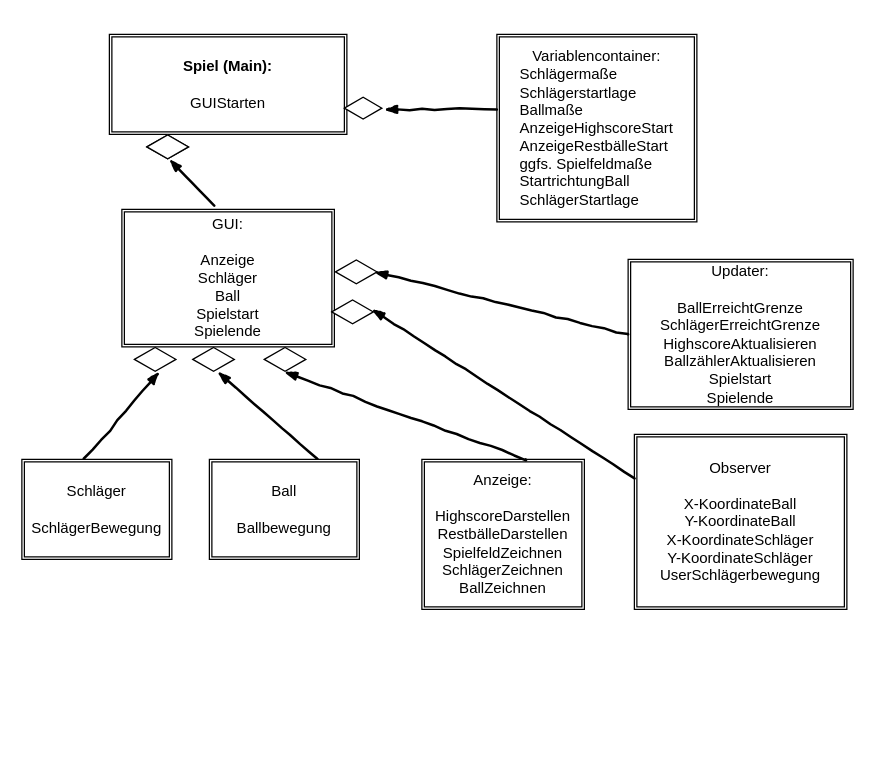
Before: res/Klassendiagramm.drawio in martin243/Capstone_Quintett_Infernale, a draw.io diagram. Source tidied: cells renumbered, new cells numbered last; positions are measured from the earlier drawing's top-left corner, leaving out a move shared by most shapes. Both pictures are drawn from the tidied source at 125%, with x=0, y=0 at pixel (21, 34).
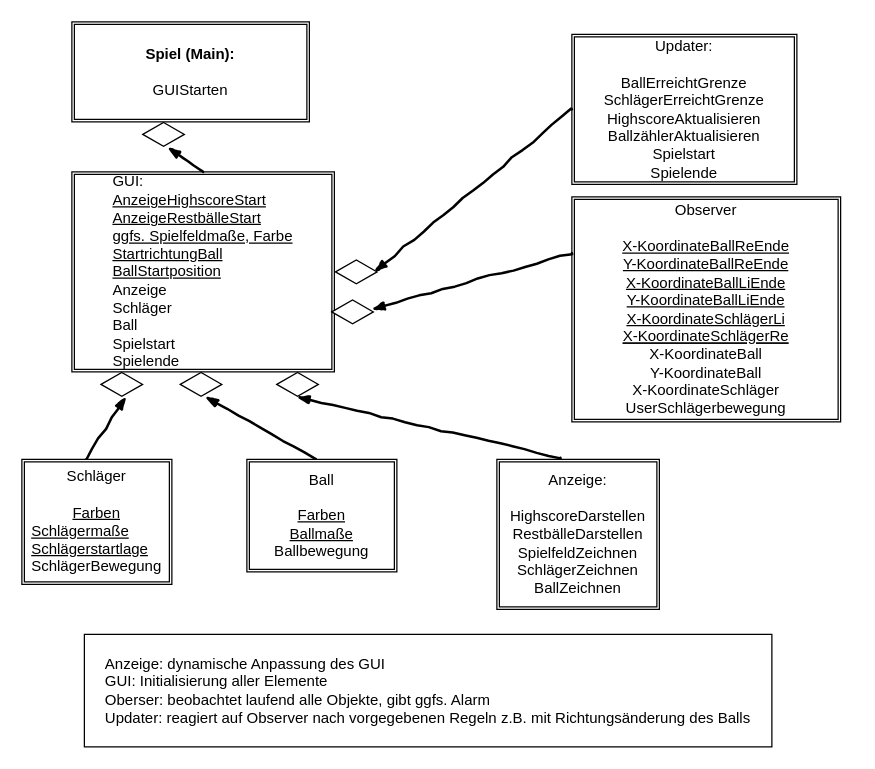
Above is the later version.

Commit message (it also covers changes not shown here):
UML per group actualised

Unchanged cells that the change refers to:
```xml
<mxCell id="18" style="html=1;whiteSpace=wrap;shape=isoRectangle;" parent="16" vertex="1">
  <mxGeometry x="13.9" width="33.3" height="20" as="geometry" />
</mxCell>
```

Change to the diagram source:
```diff
@@
     <mxCell id="2" value="&lt;div&gt;&lt;b&gt;Spiel (Main):&lt;/b&gt;&lt;/div&gt;&lt;div&gt;&lt;b&gt;&lt;br&gt;&lt;/b&gt;&lt;/div&gt;&lt;div&gt;GUIStarten&lt;br&gt;&lt;/div&gt;" style="shape=ext;double=1;rounded=0;whiteSpace=wrap;html=1;" parent="1" vertex="1">
-      <mxGeometry x="70" width="190" height="80" as="geometry" />
+      <mxGeometry x="40" y="-10" width="190" height="80" as="geometry" />
     </mxCell>
     <mxCell id="3" style="html=1;whiteSpace=wrap;shape=isoRectangle;" parent="1" vertex="1">
-      <mxGeometry x="100" y="80" width="33.3" height="20" as="geometry" />
+      <mxGeometry x="96.7" y="70" width="33.3" height="20" as="geometry" />
     </mxCell>
-    <mxCell id="4" value="&lt;div&gt;GUI:&lt;/div&gt;&lt;div&gt;&lt;br&gt;&lt;/div&gt;&lt;div&gt;Anzeige&lt;/div&gt;&lt;div&gt;Schläger&lt;/div&gt;&lt;div&gt;Ball&lt;/div&gt;&lt;div&gt;Spielstart&lt;/div&gt;&lt;div&gt;Spielende&lt;br&gt;&lt;/div&gt;" style="shape=ext;double=1;rounded=0;whiteSpace=wrap;html=1;" parent="1" vertex="1">
-      <mxGeometry x="80" y="140" width="170" height="110" as="geometry" />
+    <mxCell id="4" value="&lt;div align=&quot;left&quot;&gt;GUI:&lt;/div&gt;&lt;div align=&quot;left&quot;&gt;&lt;div&gt;&lt;u&gt;AnzeigeHighscoreStart&lt;/u&gt;&lt;/div&gt;&lt;div&gt;&lt;u&gt;AnzeigeRestbälleStart&lt;/u&gt;&lt;/div&gt;&lt;div&gt;&lt;u&gt;ggfs. Spielfeldmaße, Farbe&lt;br&gt;&lt;/u&gt;&lt;/div&gt;&lt;div&gt;&lt;u&gt;StartrichtungBall&lt;/u&gt;&lt;/div&gt;&lt;u&gt;BallStartposition&lt;/u&gt;&lt;/div&gt;&lt;div align=&quot;left&quot;&gt;Anzeige&lt;/div&gt;&lt;div align=&quot;left&quot;&gt;Schläger&lt;/div&gt;&lt;div align=&quot;left&quot;&gt;Ball&lt;/div&gt;&lt;div align=&quot;left&quot;&gt;Spielstart&lt;/div&gt;&lt;div align=&quot;left&quot;&gt;Spielende&lt;br&gt;&lt;/div&gt;" style="shape=ext;double=1;rounded=0;whiteSpace=wrap;html=1;align=center;" parent="1" vertex="1">
+      <mxGeometry x="40" y="110" width="210" height="160" as="geometry" />
     </mxCell>
-    <mxCell id="5" style="rounded=0;comic=1;strokeWidth=2;endArrow=blockThin;html=1;fontFamily=Comic Sans MS;fontStyle=1;exitX=0.435;exitY=-0.027;exitDx=0;exitDy=0;exitPerimeter=0;" parent="1" edge="1" source="4">
+    <mxCell id="5" style="rounded=0;comic=1;strokeWidth=2;endArrow=blockThin;html=1;fontFamily=Comic Sans MS;fontStyle=1;entryX=0.6;entryY=1.017;entryDx=0;entryDy=0;entryPerimeter=0;" parent="1" edge="1" target="3">
       <mxGeometry relative="1" as="geometry">
-        <mxPoint x="118" y="100" as="targetPoint" />
+        <mxPoint x="145" y="110" as="sourcePoint" />
       </mxGeometry>
     </mxCell>
-    <mxCell id="6" style="html=1;whiteSpace=wrap;shape=isoRectangle;" parent="1" vertex="1">
-      <mxGeometry x="100" y="80" width="33.3" height="20" as="geometry" />
-    </mxCell>
     <mxCell id="7" style="group;" parent="1" vertex="1">
-      <mxGeometry x="50" y="250" width="73.3" height="90" as="geometry" />
+      <mxGeometry x="23.3" y="270" width="73.3" height="90" as="geometry" />
     </mxCell>
-    <mxCell id="8" style="rounded=0;comic=1;strokeWidth=2;endArrow=blockThin;html=1;fontFamily=Comic Sans MS;fontStyle=1;" parent="7" edge="1">
+    <mxCell id="8" style="rounded=0;comic=1;strokeWidth=2;endArrow=blockThin;html=1;fontFamily=Comic Sans MS;fontStyle=1;exitX=0.424;exitY=0.004;exitDx=0;exitDy=0;exitPerimeter=0;" parent="7" edge="1" source="15">
       <mxGeometry relative="1" as="geometry">
-        <mxPoint y="90" as="sourcePoint" />
         <mxPoint x="60" y="20" as="targetPoint" />
       </mxGeometry>
     </mxCell>
@@
     <mxCell id="10" style="group;" parent="1" vertex="1">
-      <mxGeometry x="130" y="250" width="73.3" height="90" as="geometry" />
+      <mxGeometry x="120" y="270" width="73.3" height="90" as="geometry" />
     </mxCell>
-    <mxCell id="11" style="rounded=0;comic=1;strokeWidth=2;endArrow=blockThin;html=1;fontFamily=Comic Sans MS;fontStyle=1;" parent="10" edge="1">
+    <mxCell id="11" style="rounded=0;comic=1;strokeWidth=2;endArrow=blockThin;html=1;fontFamily=Comic Sans MS;fontStyle=1;exitX=0.458;exitY=-0.006;exitDx=0;exitDy=0;exitPerimeter=0;" parent="10" edge="1" source="14">
       <mxGeometry relative="1" as="geometry">
-        <mxPoint x="106.7" y="90" as="sourcePoint" />
         <mxPoint x="26.7" y="20" as="targetPoint" />
       </mxGeometry>
     </mxCell>
@@
     <mxCell id="13" value="&lt;div&gt;Anzeige:&lt;/div&gt;&lt;div&gt;&lt;br&gt;&lt;/div&gt;&lt;div&gt;HighscoreDarstellen&lt;br&gt;&lt;/div&gt;&lt;div&gt;RestbälleDarstellen&lt;br&gt;&lt;/div&gt;&lt;div&gt;SpielfeldZeichnen&lt;/div&gt;&lt;div&gt;SchlägerZeichnen&lt;/div&gt;&lt;div&gt;BallZeichnen&lt;br&gt;&lt;/div&gt;" style="shape=ext;double=1;rounded=0;whiteSpace=wrap;html=1;" parent="1" vertex="1">
-      <mxGeometry x="320" y="340" width="130" height="120" as="geometry" />
+      <mxGeometry x="380" y="340" width="130" height="120" as="geometry" />
     </mxCell>
-    <mxCell id="14" value="&lt;div&gt;Ball&lt;/div&gt;&lt;div&gt;&lt;br&gt;&lt;/div&gt;&lt;div&gt;Ballbewegung&lt;br&gt;&lt;/div&gt;" style="shape=ext;double=1;rounded=0;whiteSpace=wrap;html=1;" parent="1" vertex="1">
-      <mxGeometry x="150" y="340" width="120" height="80" as="geometry" />
-    </mxCell>
-    <mxCell id="15" value="&lt;div&gt;Schläger&lt;/div&gt;&lt;div&gt;&lt;br&gt;&lt;/div&gt;&lt;div&gt;SchlägerBewegung&lt;br&gt;&lt;/div&gt;" style="shape=ext;double=1;rounded=0;whiteSpace=wrap;html=1;" parent="1" vertex="1">
-      <mxGeometry y="340" width="120" height="80" as="geometry" />
+    <mxCell id="15" value="&lt;div&gt;Schläger&lt;/div&gt;&lt;div&gt;&lt;br&gt;&lt;/div&gt;&lt;div&gt;&lt;u&gt;Farben&lt;br&gt;&lt;/u&gt;&lt;/div&gt;&lt;div&gt;&lt;div align=&quot;left&quot;&gt;&lt;u&gt;Schlägermaße&lt;br&gt;&lt;/u&gt;&lt;/div&gt;&lt;div align=&quot;left&quot;&gt;&lt;u&gt;Schlägerstartlage&lt;/u&gt;&lt;/div&gt;&lt;/div&gt;&lt;div&gt;SchlägerBewegung&lt;br&gt;&lt;/div&gt;" style="shape=ext;double=1;rounded=0;whiteSpace=wrap;html=1;" parent="1" vertex="1">
+      <mxGeometry y="340" width="120" height="100" as="geometry" />
     </mxCell>
     <mxCell id="16" style="group;" parent="1" vertex="1">
-      <mxGeometry x="180" y="250" width="153.3" height="90" as="geometry" />
+      <mxGeometry x="190" y="270" width="153.3" height="160" as="geometry" />
     </mxCell>
-    <mxCell id="17" style="rounded=0;comic=1;strokeWidth=2;endArrow=blockThin;html=1;fontFamily=Comic Sans MS;fontStyle=1;entryX=0.482;entryY=1;entryDx=0;entryDy=0;entryPerimeter=0;" parent="16" edge="1" target="18">
-      <mxGeometry relative="1" as="geometry">
-        <mxPoint x="223" y="90" as="sourcePoint" />
-      </mxGeometry>
-    </mxCell>
@@
+    <mxCell id="14" value="&lt;div&gt;Ball&lt;/div&gt;&lt;div&gt;&lt;br&gt;&lt;/div&gt;&lt;div&gt;&lt;u&gt;Farben&lt;br&gt;&lt;/u&gt;&lt;/div&gt;&lt;div&gt;&lt;u&gt;Ballmaße&lt;/u&gt;&lt;/div&gt;&lt;div&gt;Ballbewegung&lt;br&gt;&lt;/div&gt;" style="shape=ext;double=1;rounded=0;whiteSpace=wrap;html=1;" parent="16" vertex="1">
+      <mxGeometry x="-10" y="70" width="120" height="90" as="geometry" />
+    </mxCell>
-    <mxCell id="19" value="&lt;div&gt;Observer&lt;/div&gt;&lt;div&gt;&lt;br&gt;&lt;/div&gt;&lt;div&gt;X-KoordinateBall&lt;/div&gt;&lt;div&gt;Y-KoordinateBall&lt;/div&gt;&lt;div&gt;X-KoordinateSchläger&lt;/div&gt;&lt;div&gt;Y-KoordinateSchläger&lt;/div&gt;&lt;div&gt;UserSchlägerbewegung&lt;br&gt;&lt;/div&gt;" style="shape=ext;double=1;rounded=0;whiteSpace=wrap;html=1;" parent="1" vertex="1">
-      <mxGeometry x="490" y="320" width="170" height="140" as="geometry" />
+    <mxCell id="19" value="&lt;div&gt;Observer&lt;/div&gt;&lt;div&gt;&lt;br&gt;&lt;/div&gt;&lt;div&gt;&lt;u&gt;X-KoordinateBallReEnde&lt;/u&gt;&lt;/div&gt;&lt;div&gt;&lt;u&gt;Y-KoordinateBallReEnde&lt;/u&gt;&lt;/div&gt;&lt;div&gt;&lt;u&gt;X-KoordinateBallLiEnde&lt;/u&gt;&lt;div&gt;&lt;u&gt;Y-KoordinateBallLiEnde&lt;/u&gt;&lt;/div&gt;&lt;/div&gt;&lt;div&gt;&lt;u&gt;X-KoordinateSchlägerLi&lt;/u&gt;&lt;/div&gt;&lt;div&gt;&lt;u&gt;&lt;u&gt;X-KoordinateSchlägerRe&lt;/u&gt;&lt;/u&gt;&lt;/div&gt;&lt;div&gt;&lt;div&gt;X-KoordinateBall&lt;/div&gt;&lt;div&gt;Y-KoordinateBall&lt;/div&gt;&lt;div&gt;X-KoordinateSchläger&lt;/div&gt;&lt;/div&gt;&lt;div&gt;UserSchlägerbewegung&lt;/div&gt;" style="shape=ext;double=1;rounded=0;whiteSpace=wrap;html=1;" parent="1" vertex="1">
+      <mxGeometry x="440" y="130" width="215" height="180" as="geometry" />
     </mxCell>
     <mxCell id="20" value="&lt;div&gt;Updater:&lt;/div&gt;&lt;div&gt;&lt;br&gt;&lt;/div&gt;&lt;div&gt;BallErreichtGrenze&lt;/div&gt;&lt;div&gt;SchlägerErreichtGrenze&lt;br&gt;&lt;/div&gt;&lt;div&gt;HighscoreAktualisieren&lt;/div&gt;&lt;div&gt;BallzählerAktualisieren&lt;/div&gt;&lt;div&gt;Spielstart&lt;/div&gt;&lt;div&gt;Spielende&lt;br&gt;&lt;/div&gt;" style="shape=ext;double=1;rounded=0;whiteSpace=wrap;html=1;" parent="1" vertex="1">
-      <mxGeometry x="485" y="180" width="180" height="120" as="geometry" />
+      <mxGeometry x="440" width="180" height="120" as="geometry" />
     </mxCell>
@@
-    <mxCell id="27" value="&lt;div&gt;Variablencontainer:&lt;/div&gt;&lt;div align=&quot;left&quot;&gt;Schlägermaße&lt;/div&gt;&lt;div align=&quot;left&quot;&gt;Schlägerstartlage&lt;br&gt;&lt;/div&gt;&lt;div align=&quot;left&quot;&gt;Ballmaße&lt;/div&gt;&lt;div align=&quot;left&quot;&gt;AnzeigeHighscoreStart&lt;/div&gt;&lt;div align=&quot;left&quot;&gt;AnzeigeRestbälleStart&lt;/div&gt;&lt;div align=&quot;left&quot;&gt;ggfs. Spielfeldmaße&lt;/div&gt;&lt;div align=&quot;left&quot;&gt;StartrichtungBall&lt;/div&gt;&lt;div align=&quot;left&quot;&gt;SchlägerStartlage&lt;/div&gt;" style="shape=ext;double=1;rounded=0;whiteSpace=wrap;html=1;" parent="1" vertex="1">
-      <mxGeometry x="380" width="160" height="150" as="geometry" />
-    </mxCell>
-    <mxCell id="28" style="rounded=0;comic=1;strokeWidth=2;endArrow=blockThin;html=1;fontFamily=Comic Sans MS;fontStyle=1;" parent="1" edge="1">
-      <mxGeometry relative="1" as="geometry">
-        <mxPoint x="380" y="60" as="sourcePoint" />
-        <mxPoint x="290" y="60" as="targetPoint" />
-      </mxGeometry>
-    </mxCell>
-    <mxCell id="29" style="html=1;whiteSpace=wrap;shape=isoRectangle;" parent="1" vertex="1">
-      <mxGeometry x="258" y="50" width="30" height="18" as="geometry" />
-    </mxCell>
+    <mxCell id="30" value="&lt;div align=&quot;left&quot;&gt;Anzeige: dynamische Anpassung des GUI&lt;/div&gt;&lt;div align=&quot;left&quot;&gt;GUI: Initialisierung aller Elemente&lt;/div&gt;&lt;div align=&quot;left&quot;&gt;Oberser: beobachtet laufend alle Objekte, gibt ggfs. Alarm&lt;/div&gt;&lt;div align=&quot;left&quot;&gt;Updater: reagiert auf Observer nach vorgegebenen Regeln z.B. mit Richtungsänderung des Balls&lt;br&gt;&lt;/div&gt;" style="rounded=0;whiteSpace=wrap;html=1;" parent="1" vertex="1">
+      <mxGeometry x="50" y="480" width="550" height="90" as="geometry" />
+    </mxCell>
+    <mxCell id="17" style="rounded=0;comic=1;strokeWidth=2;endArrow=blockThin;html=1;fontFamily=Comic Sans MS;fontStyle=1;entryX=0.482;entryY=1;entryDx=0;entryDy=0;entryPerimeter=0;exitX=0.391;exitY=-0.011;exitDx=0;exitDy=0;exitPerimeter=0;" parent="1" edge="1" source="13" target="18">
+      <mxGeometry relative="1" as="geometry" />
+    </mxCell>
```
